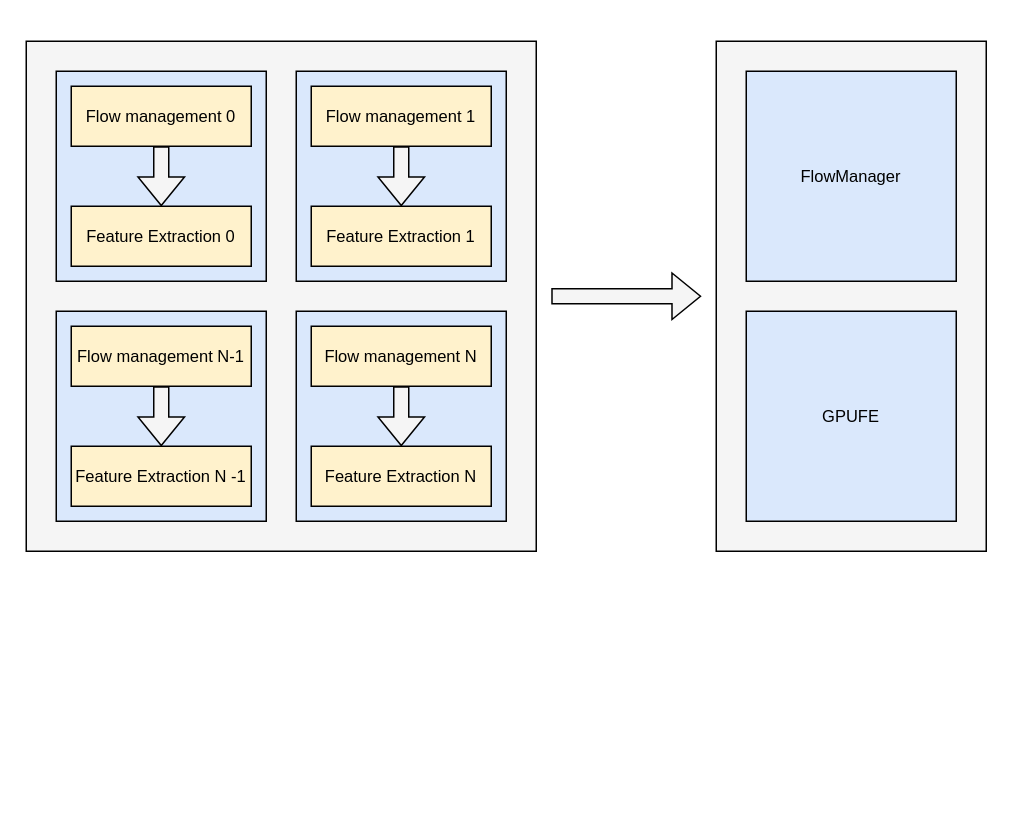
This is page "第 4 页" (3 of 4) of producer&consumer.drawio from CHRIS123540/GPU, a draw.io file, before an edit. Source tidied: cells renumbered, new cells numbered last; positions are measured from the earlier drawing's top-left corner, leaving out a move shared by most shapes. Both pictures are drawn from the tidied source at 150%, with x=0, y=0 at pixel (26, 40).
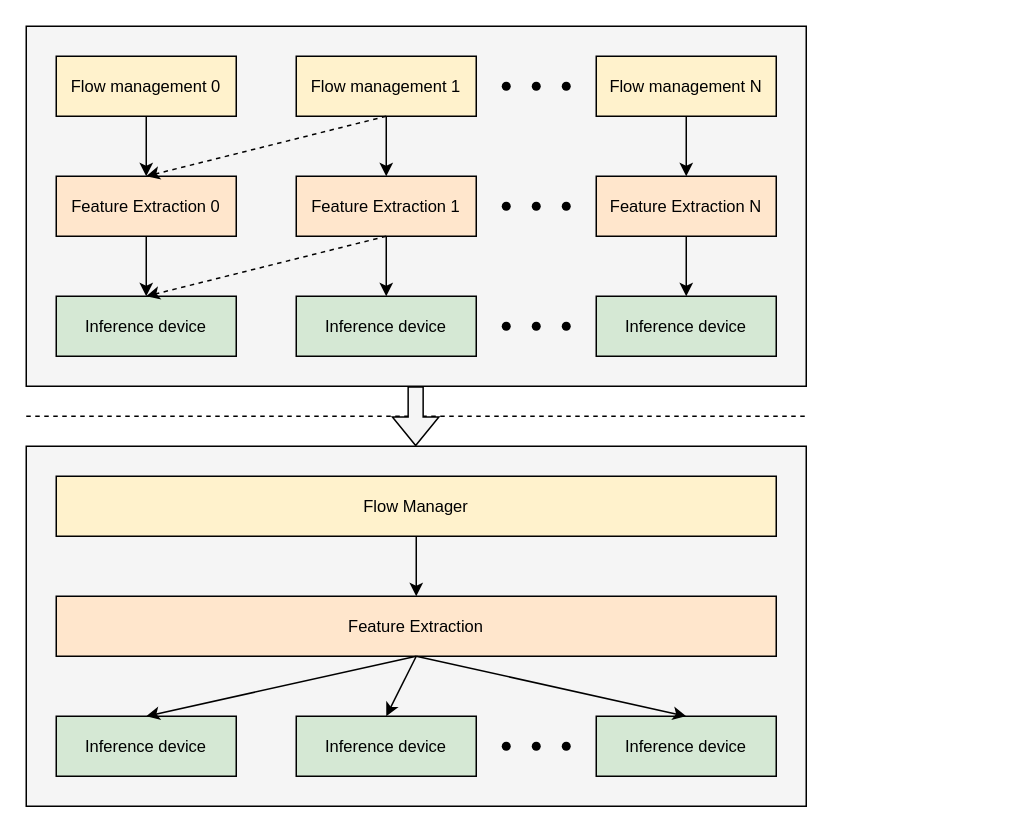
Above is the later version.

Change to the diagram source:
```diff
@@
-    <mxCell id="2" style="rounded=0;whiteSpace=wrap;html=1;fillColor=#f5f5f5;fontColor=#333333;strokeColor=#000000;" parent="1" vertex="1">
-      <mxGeometry width="340" height="340" as="geometry" />
-    </mxCell>
-    <mxCell id="3" style="rounded=0;whiteSpace=wrap;html=1;fillColor=#f5f5f5;fontColor=#333333;strokeColor=#000000;" parent="1" vertex="1">
-      <mxGeometry x="460" width="180" height="340" as="geometry" />
-    </mxCell>
-    <mxCell id="4" style="shape=flexArrow;endArrow=classic;html=1;rounded=0;fillColor=#f5f5f5;strokeColor=#000000;" parent="1" edge="1">
-      <mxGeometry relative="1" as="geometry">
-        <mxPoint x="350" y="170" as="sourcePoint" />
-        <mxPoint x="450" y="170" as="targetPoint" />
-      </mxGeometry>
-    </mxCell>
-    <mxCell id="5" value="FlowManager" style="rounded=0;whiteSpace=wrap;html=1;fillColor=#dae8fc;strokeColor=#000000;fontSize=11;" parent="1" vertex="1">
-      <mxGeometry x="480" y="20" width="140" height="140" as="geometry" />
-    </mxCell>
-    <mxCell id="6" value="GPUFE" style="rounded=0;whiteSpace=wrap;html=1;fillColor=#dae8fc;strokeColor=#000000;fontSize=11;" parent="1" vertex="1">
-      <mxGeometry x="480" y="180" width="140" height="140" as="geometry" />
-    </mxCell>
-    <mxCell id="7" style="group;" parent="1" vertex="1">
-      <mxGeometry x="20" y="20" width="300" height="300" as="geometry" />
-    </mxCell>
-    <mxCell id="8" style="rounded=0;whiteSpace=wrap;html=1;fillColor=#dae8fc;strokeColor=#000000;fontSize=11;" parent="7" vertex="1">
-      <mxGeometry width="140" height="140" as="geometry" />
-    </mxCell>
+    <mxCell id="24" style="rounded=0;whiteSpace=wrap;html=1;fillColor=#f5f5f5;fontColor=#333333;strokeColor=#000000;" parent="1" vertex="1">
+      <mxGeometry y="270" width="520" height="240" as="geometry" />
+    </mxCell>
+    <mxCell id="25" style="rounded=0;whiteSpace=wrap;html=1;fillColor=#f5f5f5;fontColor=#333333;strokeColor=#000000;" parent="1" vertex="1">
+      <mxGeometry y="-10" width="520" height="240" as="geometry" />
+    </mxCell>
+    <mxCell id="26" style="edgeStyle=orthogonalEdgeStyle;rounded=0;jettySize=auto;html=1;exitX=0.5;exitY=1;exitDx=0;exitDy=0;entryX=0.5;entryY=0;entryDx=0;entryDy=0;" parent="1" edge="1" source="17" target="22">
+      <mxGeometry relative="1" as="geometry" />
+    </mxCell>
+    <mxCell id="17" value="Flow management N" style="rounded=0;whiteSpace=wrap;html=1;fillColor=#fff2cc;strokeColor=#000000;fontSize=11;" parent="1" vertex="1">
+      <mxGeometry x="380" y="10" width="120" height="40" as="geometry" />
+    </mxCell>
+    <mxCell id="11" style="edgeStyle=orthogonalEdgeStyle;rounded=0;jettySize=auto;html=1;exitX=0.5;exitY=1;exitDx=0;exitDy=0;entryX=0.5;entryY=0;entryDx=0;entryDy=0;" parent="1" edge="1" source="9" target="10">
+      <mxGeometry relative="1" as="geometry" />
+    </mxCell>
-    <mxCell id="9" value="Flow management 0" style="rounded=0;whiteSpace=wrap;html=1;fillColor=#fff2cc;strokeColor=#000000;fontSize=11;" parent="7" vertex="1">
-      <mxGeometry x="10" y="10" width="120" height="40" as="geometry" />
+    <mxCell id="9" value="Flow management 0" style="rounded=0;whiteSpace=wrap;html=1;fillColor=#fff2cc;strokeColor=#000000;fontSize=11;" parent="1" vertex="1">
+      <mxGeometry x="20" y="10" width="120" height="40" as="geometry" />
     </mxCell>
+    <mxCell id="27" style="edgeStyle=orthogonalEdgeStyle;rounded=0;jettySize=auto;html=1;entryX=0.5;entryY=0;entryDx=0;entryDy=0;" parent="1" edge="1" source="10" target="21">
+      <mxGeometry relative="1" as="geometry" />
+    </mxCell>
-    <mxCell id="10" value="Feature Extraction 0" style="rounded=0;whiteSpace=wrap;html=1;fillColor=#fff2cc;strokeColor=#000000;fontSize=11;" parent="7" vertex="1">
-      <mxGeometry x="10" y="90" width="120" height="40" as="geometry" />
+    <mxCell id="10" value="Feature Extraction 0" style="rounded=0;whiteSpace=wrap;html=1;fillColor=#ffe6cc;strokeColor=#000000;fontSize=11;" parent="1" vertex="1">
+      <mxGeometry x="20" y="90" width="120" height="40" as="geometry" />
     </mxCell>
-    <mxCell id="11" style="shape=flexArrow;endArrow=classic;html=1;rounded=0;exitX=0.5;exitY=1;exitDx=0;exitDy=0;fillColor=#f5f5f5;strokeColor=#000000;fontSize=11;" parent="7" edge="1" source="9" target="10">
-      <mxGeometry relative="1" as="geometry" />
-    </mxCell>
-    <mxCell id="12" style="rounded=0;whiteSpace=wrap;html=1;fillColor=#dae8fc;strokeColor=#000000;fontSize=11;" parent="7" vertex="1">
-      <mxGeometry x="160" width="140" height="140" as="geometry" />
-    </mxCell>
+    <mxCell id="15" style="edgeStyle=orthogonalEdgeStyle;rounded=0;jettySize=auto;html=1;exitX=0.5;exitY=1;exitDx=0;exitDy=0;entryX=0.5;entryY=0;entryDx=0;entryDy=0;" parent="1" edge="1" source="13" target="14">
+      <mxGeometry relative="1" as="geometry" />
+    </mxCell>
-    <mxCell id="13" value="Flow management 1" style="rounded=0;whiteSpace=wrap;html=1;fillColor=#fff2cc;strokeColor=#000000;fontSize=11;" parent="7" vertex="1">
-      <mxGeometry x="170" y="10" width="120" height="40" as="geometry" />
+    <mxCell id="13" value="Flow management 1" style="rounded=0;whiteSpace=wrap;html=1;fillColor=#fff2cc;strokeColor=#000000;fontSize=11;" parent="1" vertex="1">
+      <mxGeometry x="180" y="10" width="120" height="40" as="geometry" />
     </mxCell>
+    <mxCell id="28" style="edgeStyle=orthogonalEdgeStyle;rounded=0;jettySize=auto;html=1;" parent="1" edge="1" source="14" target="31">
+      <mxGeometry relative="1" as="geometry" />
+    </mxCell>
+    <mxCell id="29" style="edgeStyle=orthogonalEdgeStyle;rounded=1;jettySize=auto;html=1;exitX=1;exitY=0.5;exitDx=0;exitDy=0;entryX=0;entryY=0.5;entryDx=0;entryDy=0;curved=0;dashed=1;strokeColor=none;" parent="1" edge="1" source="14" target="22">
+      <mxGeometry relative="1" as="geometry" />
+    </mxCell>
-    <mxCell id="14" value="Feature Extraction 1" style="rounded=0;whiteSpace=wrap;html=1;fillColor=#fff2cc;strokeColor=#000000;fontSize=11;" parent="7" vertex="1">
-      <mxGeometry x="170" y="90" width="120" height="40" as="geometry" />
+    <mxCell id="14" value="Feature Extraction 1" style="rounded=0;whiteSpace=wrap;html=1;fillColor=#ffe6cc;strokeColor=#000000;fontSize=11;" parent="1" vertex="1">
+      <mxGeometry x="180" y="90" width="120" height="40" as="geometry" />
     </mxCell>
-    <mxCell id="15" style="shape=flexArrow;endArrow=classic;html=1;rounded=0;exitX=0.5;exitY=1;exitDx=0;exitDy=0;fillColor=#f5f5f5;strokeColor=#000000;fontSize=11;" parent="7" edge="1" source="13" target="14">
-      <mxGeometry relative="1" as="geometry" />
-    </mxCell>
-    <mxCell id="16" style="rounded=0;whiteSpace=wrap;html=1;fillColor=#dae8fc;strokeColor=#000000;fontSize=11;" parent="7" vertex="1">
-      <mxGeometry y="160" width="140" height="140" as="geometry" />
-    </mxCell>
-    <mxCell id="17" value="Flow management N-1" style="rounded=0;whiteSpace=wrap;html=1;fillColor=#fff2cc;strokeColor=#000000;fontSize=11;" parent="7" vertex="1">
-      <mxGeometry x="10" y="170" width="120" height="40" as="geometry" />
-    </mxCell>
-    <mxCell id="18" value="Feature Extraction N -1" style="rounded=0;whiteSpace=wrap;html=1;fillColor=#fff2cc;strokeColor=#000000;fontSize=11;" parent="7" vertex="1">
-      <mxGeometry x="10" y="250" width="120" height="40" as="geometry" />
-    </mxCell>
-    <mxCell id="19" style="shape=flexArrow;endArrow=classic;html=1;rounded=0;exitX=0.5;exitY=1;exitDx=0;exitDy=0;fillColor=#f5f5f5;strokeColor=#000000;fontSize=11;" parent="7" edge="1" source="17" target="18">
-      <mxGeometry relative="1" as="geometry" />
-    </mxCell>
-    <mxCell id="20" style="rounded=0;whiteSpace=wrap;html=1;fillColor=#dae8fc;strokeColor=#000000;fontSize=11;" parent="7" vertex="1">
-      <mxGeometry x="160" y="160" width="140" height="140" as="geometry" />
-    </mxCell>
-    <mxCell id="21" value="Flow management N" style="rounded=0;whiteSpace=wrap;html=1;fillColor=#fff2cc;strokeColor=#000000;fontSize=11;" parent="7" vertex="1">
-      <mxGeometry x="170" y="170" width="120" height="40" as="geometry" />
+    <mxCell id="21" value="Inference device" style="rounded=0;whiteSpace=wrap;html=1;fillColor=#d5e8d4;strokeColor=#000000;fontSize=11;" parent="1" vertex="1">
+      <mxGeometry x="20" y="170" width="120" height="40" as="geometry" />
     </mxCell>
+    <mxCell id="30" style="edgeStyle=orthogonalEdgeStyle;rounded=0;jettySize=auto;html=1;" parent="1" edge="1" source="22" target="32">
+      <mxGeometry relative="1" as="geometry" />
+    </mxCell>
-    <mxCell id="22" value="Feature Extraction N" style="rounded=0;whiteSpace=wrap;html=1;fillColor=#fff2cc;strokeColor=#000000;fontSize=11;" parent="7" vertex="1">
-      <mxGeometry x="170" y="250" width="120" height="40" as="geometry" />
+    <mxCell id="22" value="Feature Extraction N" style="rounded=0;whiteSpace=wrap;html=1;fillColor=#ffe6cc;strokeColor=#000000;fontSize=11;" parent="1" vertex="1">
+      <mxGeometry x="380" y="90" width="120" height="40" as="geometry" />
     </mxCell>
-    <mxCell id="23" style="shape=flexArrow;endArrow=classic;html=1;rounded=0;exitX=0.5;exitY=1;exitDx=0;exitDy=0;fillColor=#f5f5f5;strokeColor=#000000;fontSize=11;" parent="7" edge="1" source="21" target="22">
-      <mxGeometry relative="1" as="geometry" />
-    </mxCell>
+    <mxCell id="31" value="Inference device" style="rounded=0;whiteSpace=wrap;html=1;fillColor=#d5e8d4;strokeColor=#000000;fontSize=11;" parent="1" vertex="1">
+      <mxGeometry x="180" y="170" width="120" height="40" as="geometry" />
+    </mxCell>
+    <mxCell id="32" value="Inference device" style="rounded=0;whiteSpace=wrap;html=1;fillColor=#d5e8d4;strokeColor=#000000;fontSize=11;" parent="1" vertex="1">
+      <mxGeometry x="380" y="170" width="120" height="40" as="geometry" />
+    </mxCell>
+    <mxCell id="33" style="endArrow=classic;html=1;rounded=0;dashed=1;exitX=0.5;exitY=1;exitDx=0;exitDy=0;" parent="1" edge="1" source="13">
+      <mxGeometry relative="1" as="geometry">
+        <mxPoint x="80" y="90" as="targetPoint" />
+      </mxGeometry>
+    </mxCell>
+    <mxCell id="34" style="endArrow=classic;html=1;rounded=0;dashed=1;entryX=0.5;entryY=0;entryDx=0;entryDy=0;" parent="1" edge="1" target="21">
+      <mxGeometry relative="1" as="geometry">
+        <mxPoint x="240" y="130" as="sourcePoint" />
+      </mxGeometry>
+    </mxCell>
+    <mxCell id="35" style="shape=waypoint;sketch=0;fillStyle=solid;size=6;fillColor=none;perimeter=centerPerimeter;" parent="1" vertex="1">
+      <mxGeometry x="310" y="20" width="20" height="20" as="geometry" />
+    </mxCell>
+    <mxCell id="36" style="shape=waypoint;sketch=0;fillStyle=solid;size=6;fillColor=none;perimeter=centerPerimeter;" parent="1" vertex="1">
+      <mxGeometry x="330" y="20" width="20" height="20" as="geometry" />
+    </mxCell>
+    <mxCell id="37" style="shape=waypoint;sketch=0;fillStyle=solid;size=6;fillColor=none;perimeter=centerPerimeter;" parent="1" vertex="1">
+      <mxGeometry x="350" y="20" width="20" height="20" as="geometry" />
+    </mxCell>
+    <mxCell id="38" style="shape=waypoint;sketch=0;fillStyle=solid;size=6;fillColor=none;perimeter=centerPerimeter;" parent="1" vertex="1">
+      <mxGeometry x="310" y="100" width="20" height="20" as="geometry" />
+    </mxCell>
+    <mxCell id="39" style="shape=waypoint;sketch=0;fillStyle=solid;size=6;fillColor=none;perimeter=centerPerimeter;" parent="1" vertex="1">
+      <mxGeometry x="330" y="100" width="20" height="20" as="geometry" />
+    </mxCell>
+    <mxCell id="40" style="shape=waypoint;sketch=0;fillStyle=solid;size=6;fillColor=none;perimeter=centerPerimeter;" parent="1" vertex="1">
+      <mxGeometry x="350" y="100" width="20" height="20" as="geometry" />
+    </mxCell>
+    <mxCell id="41" style="shape=waypoint;sketch=0;fillStyle=solid;size=6;fillColor=none;perimeter=centerPerimeter;" parent="1" vertex="1">
+      <mxGeometry x="310" y="180" width="20" height="20" as="geometry" />
+    </mxCell>
+    <mxCell id="42" style="shape=waypoint;sketch=0;fillStyle=solid;size=6;fillColor=none;perimeter=centerPerimeter;" parent="1" vertex="1">
+      <mxGeometry x="330" y="180" width="20" height="20" as="geometry" />
+    </mxCell>
+    <mxCell id="43" style="shape=waypoint;sketch=0;fillStyle=solid;size=6;fillColor=none;perimeter=centerPerimeter;" parent="1" vertex="1">
+      <mxGeometry x="350" y="180" width="20" height="20" as="geometry" />
+    </mxCell>
+    <mxCell id="44" style="edgeStyle=orthogonalEdgeStyle;rounded=0;jettySize=auto;html=1;exitX=0.5;exitY=1;exitDx=0;exitDy=0;entryX=0.5;entryY=0;entryDx=0;entryDy=0;" parent="1" edge="1" source="45" target="47">
+      <mxGeometry relative="1" as="geometry" />
+    </mxCell>
+    <mxCell id="45" value="Flow Manager" style="rounded=0;whiteSpace=wrap;html=1;fillColor=#fff2cc;strokeColor=#000000;fontSize=11;" parent="1" vertex="1">
+      <mxGeometry x="20" y="290" width="480" height="40" as="geometry" />
+    </mxCell>
+    <mxCell id="46" style="endArrow=none;dashed=1;html=1;rounded=0;" parent="1" edge="1">
+      <mxGeometry relative="1" as="geometry">
+        <mxPoint y="250" as="sourcePoint" />
+        <mxPoint x="520" y="250" as="targetPoint" />
+      </mxGeometry>
+    </mxCell>
+    <mxCell id="47" value="Feature Extraction" style="rounded=0;whiteSpace=wrap;html=1;fillColor=#ffe6cc;strokeColor=#000000;fontSize=11;" parent="1" vertex="1">
+      <mxGeometry x="20" y="370" width="480" height="40" as="geometry" />
+    </mxCell>
+    <mxCell id="48" value="Inference device" style="rounded=0;whiteSpace=wrap;html=1;fillColor=#d5e8d4;strokeColor=#000000;fontSize=11;" parent="1" vertex="1">
+      <mxGeometry x="20" y="450" width="120" height="40" as="geometry" />
+    </mxCell>
+    <mxCell id="49" value="Inference device" style="rounded=0;whiteSpace=wrap;html=1;fillColor=#d5e8d4;strokeColor=#000000;fontSize=11;" parent="1" vertex="1">
+      <mxGeometry x="180" y="450" width="120" height="40" as="geometry" />
+    </mxCell>
+    <mxCell id="50" value="Inference device" style="rounded=0;whiteSpace=wrap;html=1;fillColor=#d5e8d4;strokeColor=#000000;fontSize=11;" parent="1" vertex="1">
+      <mxGeometry x="380" y="450" width="120" height="40" as="geometry" />
+    </mxCell>
+    <mxCell id="51" style="shape=waypoint;sketch=0;fillStyle=solid;size=6;fillColor=none;perimeter=centerPerimeter;" parent="1" vertex="1">
+      <mxGeometry x="310" y="460" width="20" height="20" as="geometry" />
+    </mxCell>
+    <mxCell id="52" style="shape=waypoint;sketch=0;fillStyle=solid;size=6;fillColor=none;perimeter=centerPerimeter;" parent="1" vertex="1">
+      <mxGeometry x="330" y="460" width="20" height="20" as="geometry" />
+    </mxCell>
+    <mxCell id="53" style="shape=waypoint;sketch=0;fillStyle=solid;size=6;fillColor=none;perimeter=centerPerimeter;" parent="1" vertex="1">
+      <mxGeometry x="350" y="460" width="20" height="20" as="geometry" />
+    </mxCell>
+    <mxCell id="54" style="endArrow=classic;html=1;rounded=0;entryX=0.5;entryY=0;entryDx=0;entryDy=0;" parent="1" edge="1" target="48">
+      <mxGeometry relative="1" as="geometry">
+        <mxPoint x="260" y="410" as="sourcePoint" />
+      </mxGeometry>
+    </mxCell>
+    <mxCell id="55" style="endArrow=classic;html=1;rounded=0;entryX=0.5;entryY=0;entryDx=0;entryDy=0;exitX=0.5;exitY=1;exitDx=0;exitDy=0;" parent="1" edge="1" source="47" target="49">
+      <mxGeometry relative="1" as="geometry" />
+    </mxCell>
+    <mxCell id="56" style="endArrow=classic;html=1;rounded=0;entryX=0.5;entryY=0;entryDx=0;entryDy=0;" parent="1" edge="1" target="50">
+      <mxGeometry relative="1" as="geometry">
+        <mxPoint x="260" y="410" as="sourcePoint" />
+      </mxGeometry>
+    </mxCell>
+    <mxCell id="57" style="shape=flexArrow;endArrow=classic;html=1;rounded=0;exitX=0.5;exitY=1;exitDx=0;exitDy=0;fillColor=#f5f5f5;strokeColor=#000000;fontSize=11;entryX=0.5;entryY=0;entryDx=0;entryDy=0;" parent="1" edge="1">
+      <mxGeometry relative="1" as="geometry">
+        <mxPoint x="259.6" y="230" as="sourcePoint" />
+        <mxPoint x="259.6" y="270" as="targetPoint" />
+      </mxGeometry>
+    </mxCell>
```
